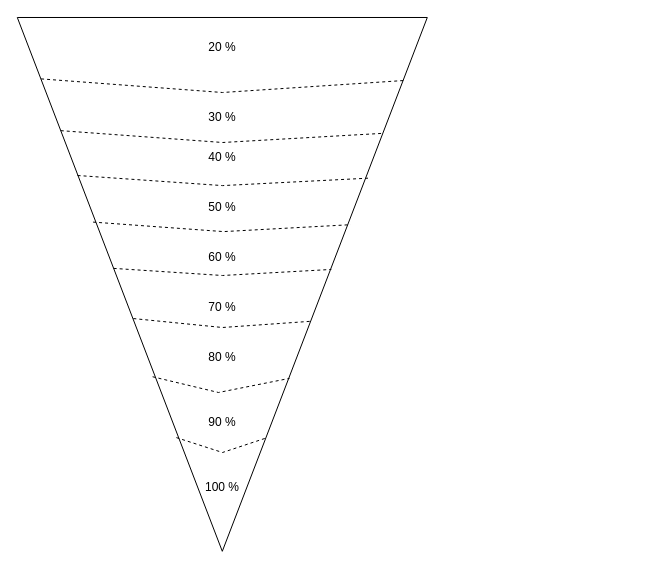
This is Enbudo.drawio from ss-vector/ss-vector, a draw.io file, before an edit. Source tidied: cells renumbered, new cells numbered last; positions are measured from the earlier drawing's top-left corner, leaving out a move shared by most shapes. Both pictures are drawn from the tidied source at 100%, with x=0, y=0 at pixel (-45, 32).
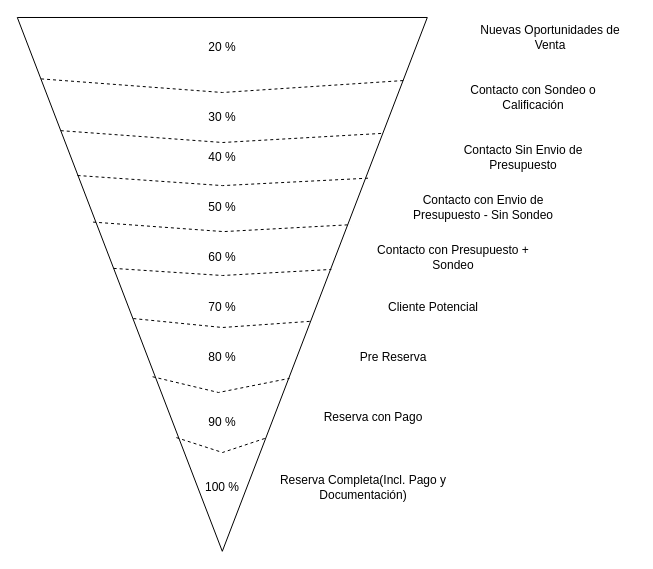
The same diagram, later.

Diff of the diagram source:
```diff
@@
+    <mxCell id="20" value="Nuevas Oportunidades de Venta" style="text;html=1;strokeColor=none;fillColor=none;align=center;verticalAlign=middle;whiteSpace=wrap;rounded=0;" parent="1" vertex="1">
+      <mxGeometry x="510" y="-10" width="170" height="30" as="geometry" />
+    </mxCell>
+    <mxCell id="21" value="Contacto con Sondeo o Calificación" style="text;html=1;strokeColor=none;fillColor=none;align=center;verticalAlign=middle;whiteSpace=wrap;rounded=0;" parent="1" vertex="1">
+      <mxGeometry x="493" y="50" width="170" height="30" as="geometry" />
+    </mxCell>
+    <mxCell id="22" value="Contacto Sin Envio de Presupuesto" style="text;html=1;strokeColor=none;fillColor=none;align=center;verticalAlign=middle;whiteSpace=wrap;rounded=0;" parent="1" vertex="1">
+      <mxGeometry x="483" y="110" width="170" height="30" as="geometry" />
+    </mxCell>
+    <mxCell id="23" value="Contacto con Envio de Presupuesto - Sin Sondeo" style="text;html=1;strokeColor=none;fillColor=none;align=center;verticalAlign=middle;whiteSpace=wrap;rounded=0;" parent="1" vertex="1">
+      <mxGeometry x="443" y="160" width="170" height="30" as="geometry" />
+    </mxCell>
+    <mxCell id="24" value="Contacto con Presupuesto + Sondeo" style="text;html=1;strokeColor=none;fillColor=none;align=center;verticalAlign=middle;whiteSpace=wrap;rounded=0;" parent="1" vertex="1">
+      <mxGeometry x="413" y="210" width="170" height="30" as="geometry" />
+    </mxCell>
+    <mxCell id="25" value="Cliente Potencial" style="text;html=1;strokeColor=none;fillColor=none;align=center;verticalAlign=middle;whiteSpace=wrap;rounded=0;" parent="1" vertex="1">
+      <mxGeometry x="393" y="260" width="170" height="30" as="geometry" />
+    </mxCell>
+    <mxCell id="26" value="Pre Reserva" style="text;html=1;strokeColor=none;fillColor=none;align=center;verticalAlign=middle;whiteSpace=wrap;rounded=0;" parent="1" vertex="1">
+      <mxGeometry x="353" y="310" width="170" height="30" as="geometry" />
+    </mxCell>
+    <mxCell id="27" value="Reserva con Pago" style="text;html=1;strokeColor=none;fillColor=none;align=center;verticalAlign=middle;whiteSpace=wrap;rounded=0;" parent="1" vertex="1">
+      <mxGeometry x="333" y="370" width="170" height="30" as="geometry" />
+    </mxCell>
+    <mxCell id="28" value="Reserva Completa(Incl. Pago y Documentación)" style="text;html=1;strokeColor=none;fillColor=none;align=center;verticalAlign=middle;whiteSpace=wrap;rounded=0;" parent="1" vertex="1">
+      <mxGeometry x="323" y="440" width="170" height="30" as="geometry" />
+    </mxCell>
```
